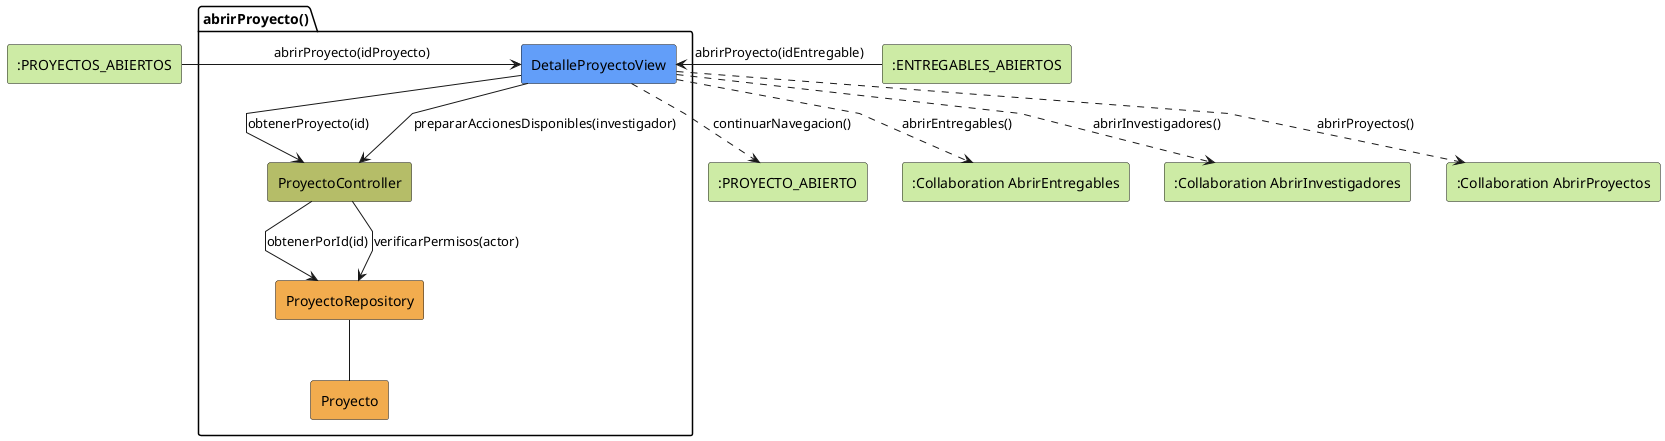
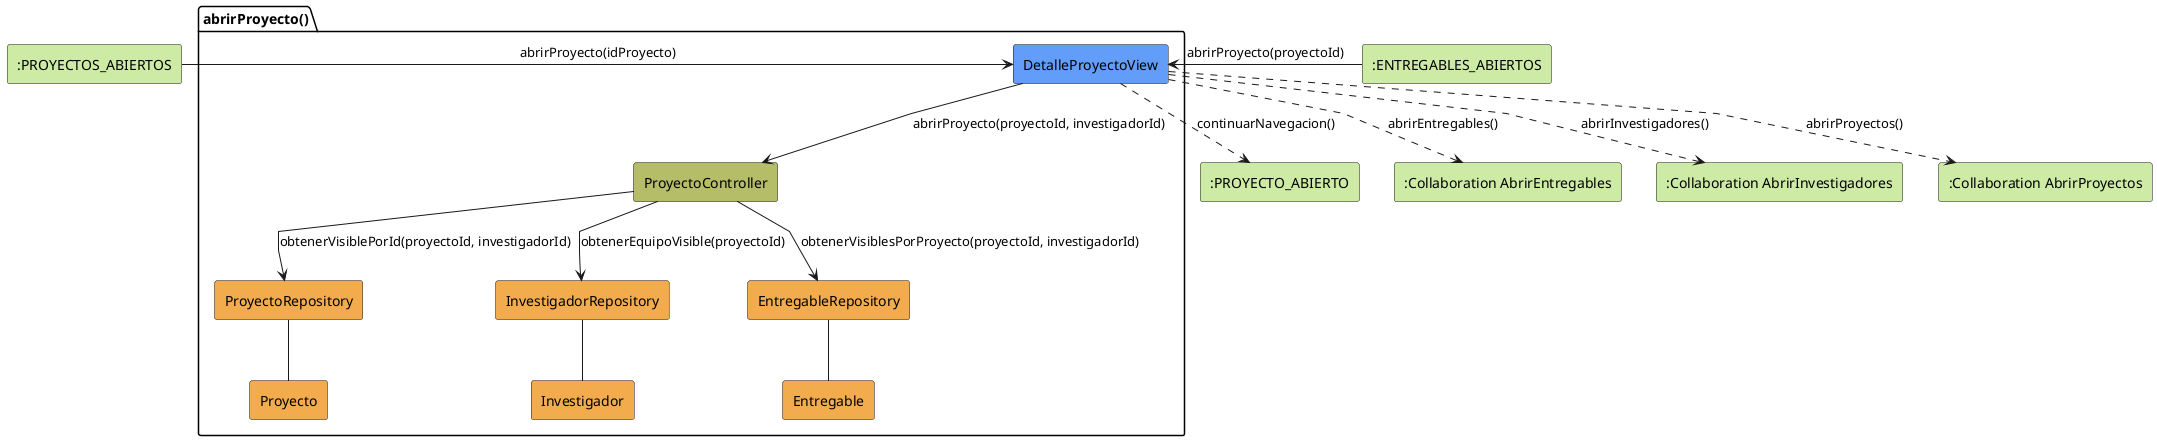
@startuml abrirProyecto-analisis
skinparam linetype polyline

rectangle #CDEBA5 ":PROYECTOS_ABIERTOS" as EstadoEntrada1
rectangle #CDEBA5 ":ENTREGABLES_ABIERTOS" as EstadoEntrada2
package abrirProyecto as "abrirProyecto()" {
    rectangle #629EF9 DetalleProyectoView
    rectangle #b5bd68 ProyectoController
    rectangle #F2AC4E ProyectoRepository
+     rectangle #F2AC4E InvestigadorRepository
+     rectangle #F2AC4E EntregableRepository
    rectangle #F2AC4E Proyecto
+     rectangle #F2AC4E Investigador
+     rectangle #F2AC4E Entregable
}

rectangle #CDEBA5 ":PROYECTO_ABIERTO" as EstadoSalida
rectangle #CDEBA5 ":Collaboration AbrirEntregables" as AbrirEntregables
rectangle #CDEBA5 ":Collaboration AbrirInvestigadores" as AbrirInvestigadores
rectangle #CDEBA5 ":Collaboration AbrirProyectos" as AbrirProyectos

EstadoEntrada1 -r-> DetalleProyectoView: abrirProyecto(idProyecto)
- EstadoEntrada2 -r-> DetalleProyectoView: abrirProyecto(idEntregable)
+ EstadoEntrada2 -r-> DetalleProyectoView: abrirProyecto(proyectoId)

- DetalleProyectoView -d-> ProyectoController: obtenerProyecto(id)
- DetalleProyectoView --> ProyectoController: prepararAccionesDisponibles(investigador)
- ProyectoController --> ProyectoRepository: obtenerPorId(id)
- ProyectoController --> ProyectoRepository: verificarPermisos(actor)
+ DetalleProyectoView -d-> ProyectoController: abrirProyecto(proyectoId, investigadorId)
+ ProyectoController --> ProyectoRepository: obtenerVisiblePorId(proyectoId, investigadorId)
+ ProyectoController --> InvestigadorRepository: obtenerEquipoVisible(proyectoId)
+ ProyectoController --> EntregableRepository: obtenerVisiblesPorProyecto(proyectoId, investigadorId)
ProyectoRepository -- Proyecto
+ InvestigadorRepository -- Investigador
+ EntregableRepository -- Entregable
DetalleProyectoView ..> EstadoSalida: continuarNavegacion()
DetalleProyectoView ..> AbrirEntregables: abrirEntregables()
DetalleProyectoView ..> AbrirInvestigadores: abrirInvestigadores()
DetalleProyectoView ..> AbrirProyectos: abrirProyectos()

@enduml
